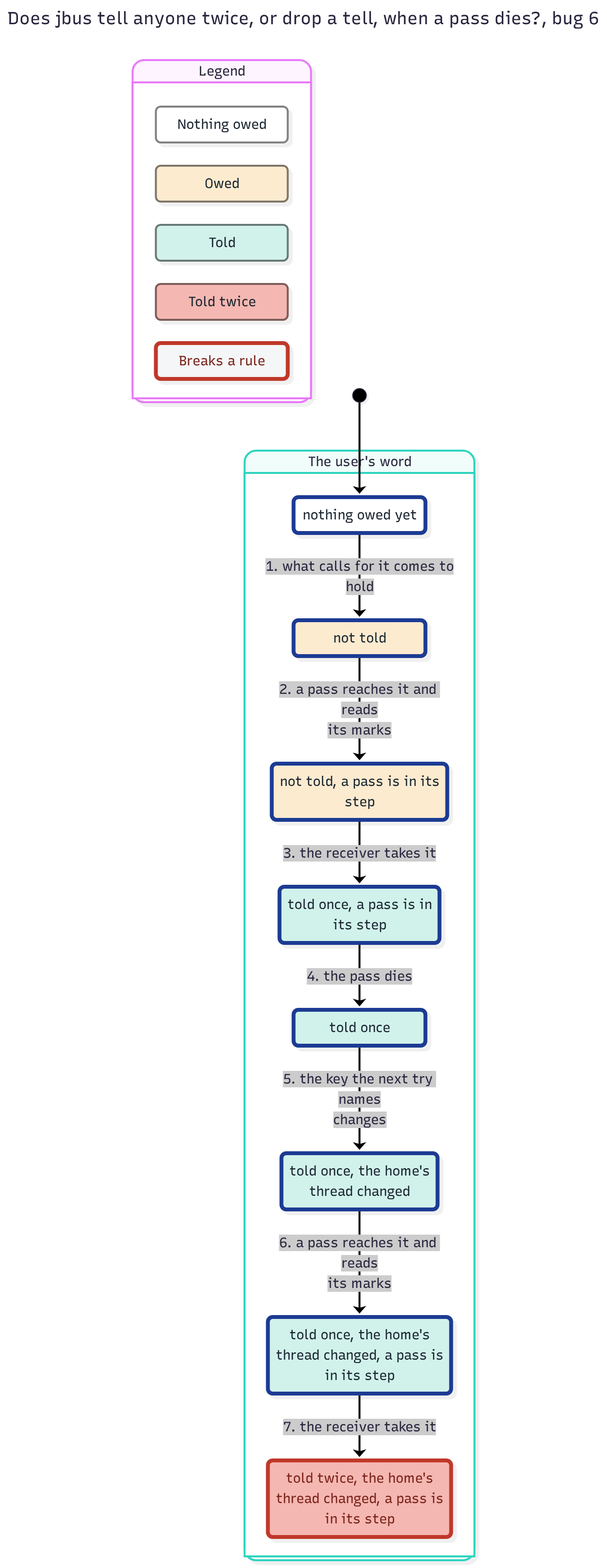
Earlier version of the Mermaid export features/jbus/spec/TellOnce-statechart/bug-6.png (JoshuaHayesWasHere/jstack). Its source is kept beside it as features/jbus/spec/TellOnce-statechart/bug-6.mmd. Its diagram source:
```mermaid
---
title: "Does jbus tell anyone twice, or drop a tell, when a pass dies?, bug 6"
config:
  markdownAutoWrap: false
  state:
    useMaxWidth: false
---
stateDiagram-v2
  classDef plainWrong fill:#f4f6f7,stroke:#c0392b,stroke-width:4px,color:#7b241c
  classDef group0 fill:#ffffff,stroke:#808080,color:#1b2631
  classDef group0Path fill:#ffffff,stroke:#1f3a93,stroke-width:4px,color:#1b2631
  classDef group1 fill:#fdebd0,stroke:#7f7668,color:#1b2631
  classDef group1Path fill:#fdebd0,stroke:#1f3a93,stroke-width:4px,color:#1b2631
  classDef group2 fill:#d1f2eb,stroke:#697976,color:#1b2631
  classDef group2Path fill:#d1f2eb,stroke:#1f3a93,stroke-width:4px,color:#1b2631
  classDef group3 fill:#f5b7b1,stroke:#7b5c59,color:#1b2631
  classDef group3Wrong fill:#f5b7b1,stroke:#c0392b,stroke-width:4px,color:#7b241c
  state "Legend" as legend {
    state "Nothing owed" as legendGroup0
    state "Owed" as legendGroup1
    state "Told" as legendGroup2
    state "Told twice" as legendGroup3
    state "Breaks a rule" as legendWrong
  }
  class legendGroup0 group0
  class legendGroup1 group1
  class legendGroup2 group2
  class legendGroup3 group3
  class legendWrong plainWrong
  state "The user's word" as g0 {
    state "not told" as s0
    state "not told, a pass is in its<br/>step" as s1
    state "nothing owed yet" as s2
    state "told once" as s3
    state "told once, a pass is in<br/>its step" as s4
    state "told once, the home's<br/>thread changed" as s5
    state "told once, the home's<br/>thread changed, a pass is<br/>in its step" as s6
    state "told twice, the home's<br/>thread changed, a pass is<br/>in its step" as s7
  }
  [*] --> s2
  s2 --> s0 : 1. what calls for it comes to<br/>hold
  s0 --> s1 : 2. a pass reaches it and reads<br/>its marks
  s1 --> s4 : 3. the receiver takes it
  s4 --> s3 : 4. the pass dies
  s3 --> s5 : 5. the key the next try names<br/>changes
  s5 --> s6 : 6. a pass reaches it and reads<br/>its marks
  s6 --> s7 : 7. the receiver takes it
  class s0 group1Path
  class s1 group1Path
  class s2 group0Path
  class s3 group2Path
  class s4 group2Path
  class s5 group2Path
  class s6 group2Path
  class s7 group3Wrong
```
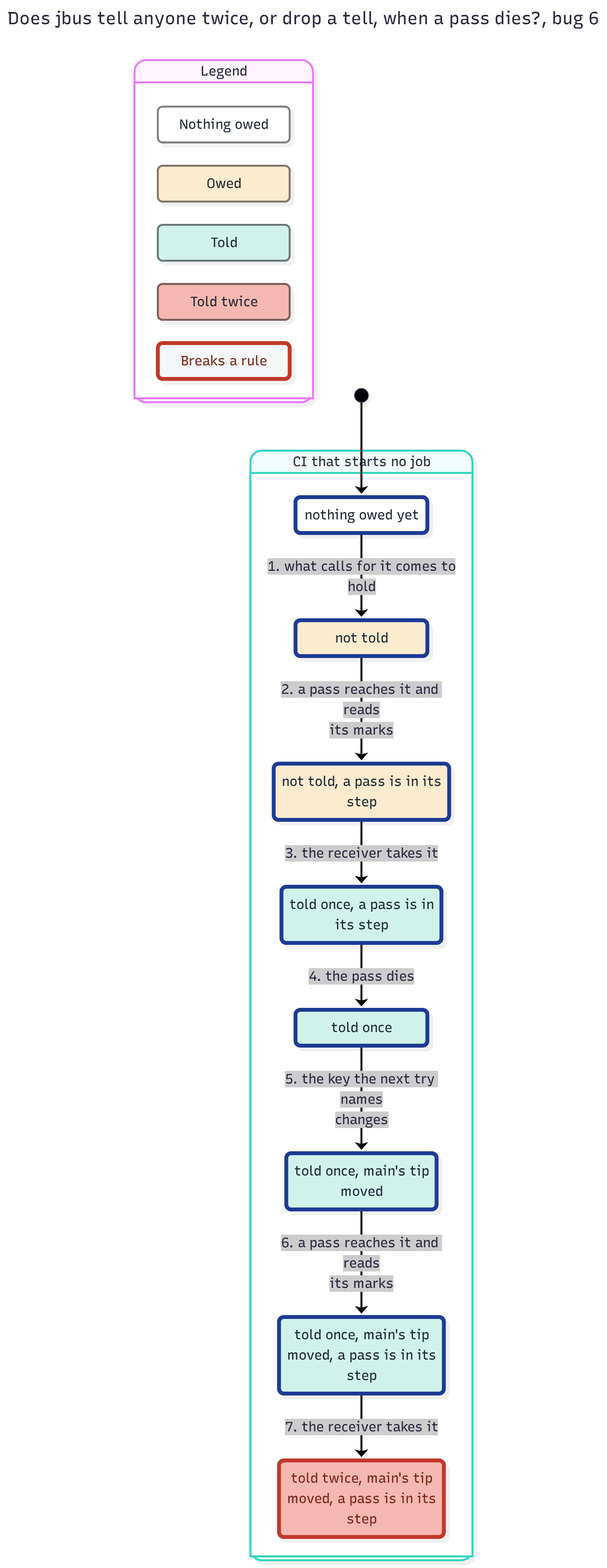
The same diagram one commit later.

The edit, as a diff of the source:
```diff
@@ -27,15 +27,15 @@
   class legendGroup2 group2
   class legendGroup3 group3
   class legendWrong plainWrong
-  state "The user's word" as g0 {
+  state "CI that starts no job" as g0 {
     state "not told" as s0
     state "not told, a pass is in its<br/>step" as s1
     state "nothing owed yet" as s2
     state "told once" as s3
     state "told once, a pass is in<br/>its step" as s4
-    state "told once, the home's<br/>thread changed" as s5
-    state "told once, the home's<br/>thread changed, a pass is<br/>in its step" as s6
-    state "told twice, the home's<br/>thread changed, a pass is<br/>in its step" as s7
+    state "told once, main's tip<br/>moved" as s5
+    state "told once, main's tip<br/>moved, a pass is in its<br/>step" as s6
+    state "told twice, main's tip<br/>moved, a pass is in its<br/>step" as s7
   }
   [*] --> s2
   s2 --> s0 : 1. what calls for it comes to<br/>hold
```
